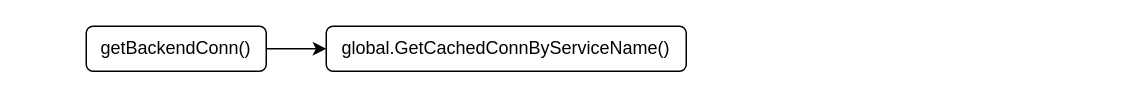
Before: lb.drawio in NicoleRobin/my_draw, a draw.io diagram. Source tidied: cells renumbered, new cells numbered last; positions are measured from the earlier drawing's top-left corner, leaving out a move shared by most shapes. Both pictures are drawn from the tidied source at 150%, with x=0, y=0 at pixel (86, 26).
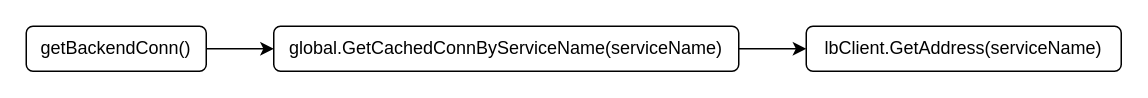
The same diagram, later.

Change to the diagram source:
```diff
@@
 <mxGraphModel>
   <root>
     <mxCell id="0" />
     <mxCell id="1" parent="0" />
     <mxCell id="2" style="edgeStyle=orthogonalEdgeStyle;rounded=0;jettySize=auto;html=1;" parent="1" edge="1" source="3" target="4">
       <mxGeometry relative="1" as="geometry" />
     </mxCell>
     <mxCell id="3" value="getBackendConn()" style="rounded=1;whiteSpace=wrap;html=1;fontSize=12;glass=0;strokeWidth=1;shadow=0;" parent="1" vertex="1">
-      <mxGeometry width="120" height="30" as="geometry" />
+      <mxGeometry x="-40" width="120" height="30" as="geometry" />
     </mxCell>
+    <mxCell id="5" style="edgeStyle=orthogonalEdgeStyle;rounded=0;jettySize=auto;html=1;" parent="1" edge="1" source="4" target="6">
+      <mxGeometry relative="1" as="geometry" />
+    </mxCell>
-    <mxCell id="4" value="global.GetCachedConnByServiceName()" style="whiteSpace=wrap;html=1;rounded=1;glass=0;strokeWidth=1;shadow=0;" parent="1" vertex="1">
-      <mxGeometry x="160" width="240" height="30" as="geometry" />
+    <mxCell id="4" value="global.GetCachedConnByServiceName(serviceName)" style="whiteSpace=wrap;html=1;rounded=1;glass=0;strokeWidth=1;shadow=0;" parent="1" vertex="1">
+      <mxGeometry x="125" width="310" height="30" as="geometry" />
     </mxCell>
+    <mxCell id="6" value="lbClient.GetAddress(serviceName)" style="whiteSpace=wrap;html=1;rounded=1;glass=0;strokeWidth=1;shadow=0;" parent="1" vertex="1">
+      <mxGeometry x="480" width="210" height="30" as="geometry" />
+    </mxCell>
   </root>
 </mxGraphModel>
```
